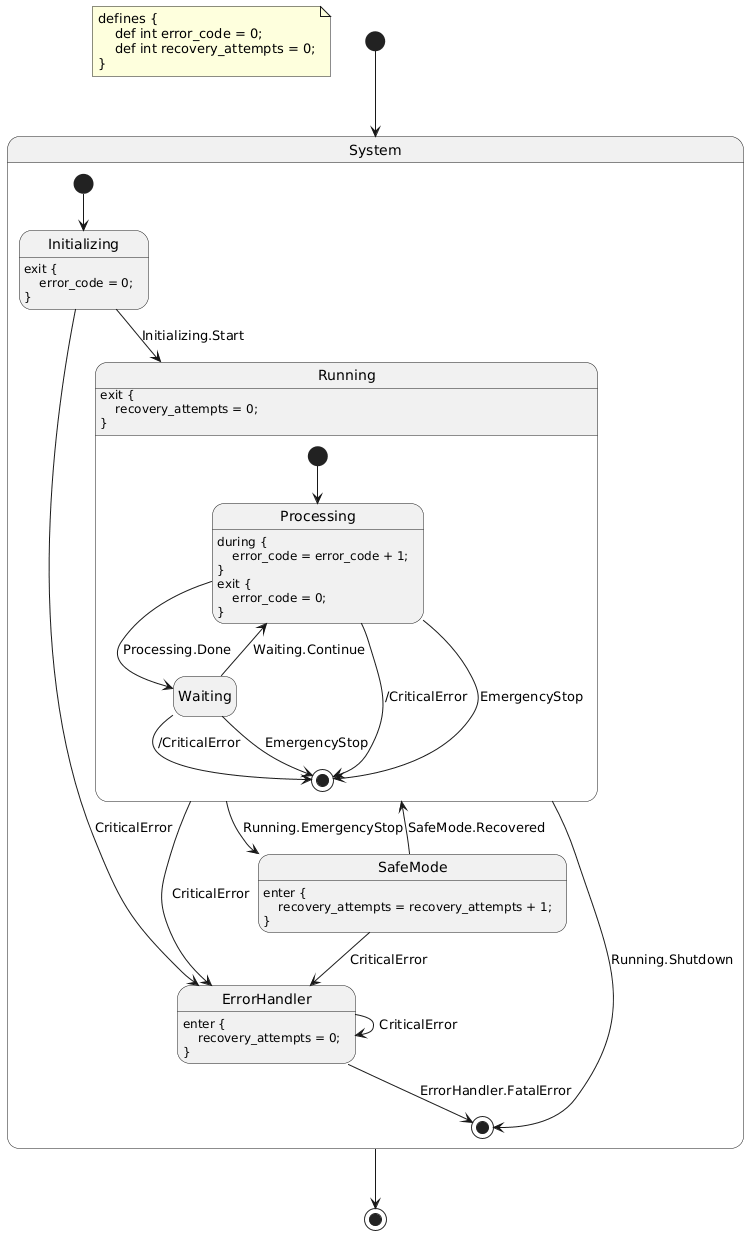
Earlier version of the PlantUML export docs/source/tutorials/dsl/forced_transitions.fcstm.puml.png (HansBug/pyfcstm). Its diagram source:
```plantuml
@startuml
hide empty description
note as DefinitionNote
defines {
    def int error_code = 0;
    def int recovery_attempts = 0;
}
end note

state "System" as system {
    state "Initializing" as system__initializing
    system__initializing : exit {\n    error_code = 0;\n}
    state "Running" as system__running {
        state "Processing" as system__running__processing
        system__running__processing : during {\n    error_code = error_code + 1;\n}\nexit {\n    error_code = 0;\n}
        state "Waiting" as system__running__waiting
        system__running__processing --> [*] : /CriticalError
        system__running__processing --> [*] : EmergencyStop
        system__running__waiting --> [*] : /CriticalError
        system__running__waiting --> [*] : EmergencyStop
        [*] --> system__running__processing
        system__running__processing --> system__running__waiting : Processing.Done
        system__running__waiting --> system__running__processing : Waiting.Continue
    }
    system__running : exit {\n    recovery_attempts = 0;\n}
    state "SafeMode" as system__safe_mode
    system__safe_mode : enter {\n    recovery_attempts = recovery_attempts + 1;\n}
    state "ErrorHandler" as system__error_handler
    system__error_handler : enter {\n    recovery_attempts = 0;\n}
    system__initializing --> system__error_handler : CriticalError
    system__running --> system__error_handler : CriticalError
    system__running --> system__safe_mode : Running.EmergencyStop
    system__safe_mode --> system__error_handler : CriticalError
    system__error_handler --> system__error_handler : CriticalError
    [*] --> system__initializing
    system__initializing --> system__running : Initializing.Start
    system__running --> [*] : Running.Shutdown
    system__safe_mode --> system__running : SafeMode.Recovered
    system__error_handler --> [*] : ErrorHandler.FatalError
}
[*] --> system
system --> [*]
@enduml
```
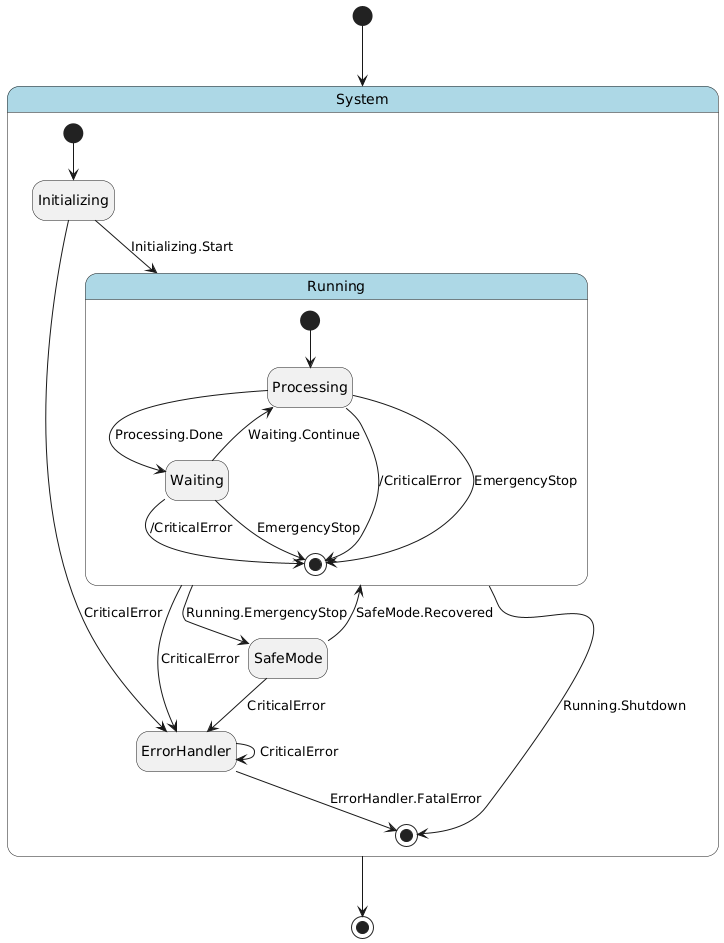
Later version of the same file.

Diff of the diagram source:
```diff
@@ -1,18 +1,17 @@
 @startuml
 hide empty description
-note as DefinitionNote
-defines {
-    def int error_code = 0;
-    def int recovery_attempts = 0;
+
+skinparam state {
+  BackgroundColor<<pseudo>> LightGray
+  BackgroundColor<<composite>> LightBlue
+  BorderColor<<pseudo>> Gray
+  FontStyle<<pseudo>> italic
 }
-end note
 
-state "System" as system {
+state "System" as system <<composite>> {
     state "Initializing" as system__initializing
-    system__initializing : exit {\n    error_code = 0;\n}
-    state "Running" as system__running {
+    state "Running" as system__running <<composite>> {
         state "Processing" as system__running__processing
-        system__running__processing : during {\n    error_code = error_code + 1;\n}\nexit {\n    error_code = 0;\n}
         state "Waiting" as system__running__waiting
         system__running__processing --> [*] : /CriticalError
         system__running__processing --> [*] : EmergencyStop
@@ -22,11 +21,8 @@
         system__running__processing --> system__running__waiting : Processing.Done
         system__running__waiting --> system__running__processing : Waiting.Continue
     }
-    system__running : exit {\n    recovery_attempts = 0;\n}
     state "SafeMode" as system__safe_mode
-    system__safe_mode : enter {\n    recovery_attempts = recovery_attempts + 1;\n}
     state "ErrorHandler" as system__error_handler
-    system__error_handler : enter {\n    recovery_attempts = 0;\n}
     system__initializing --> system__error_handler : CriticalError
     system__running --> system__error_handler : CriticalError
     system__running --> system__safe_mode : Running.EmergencyStop
```
